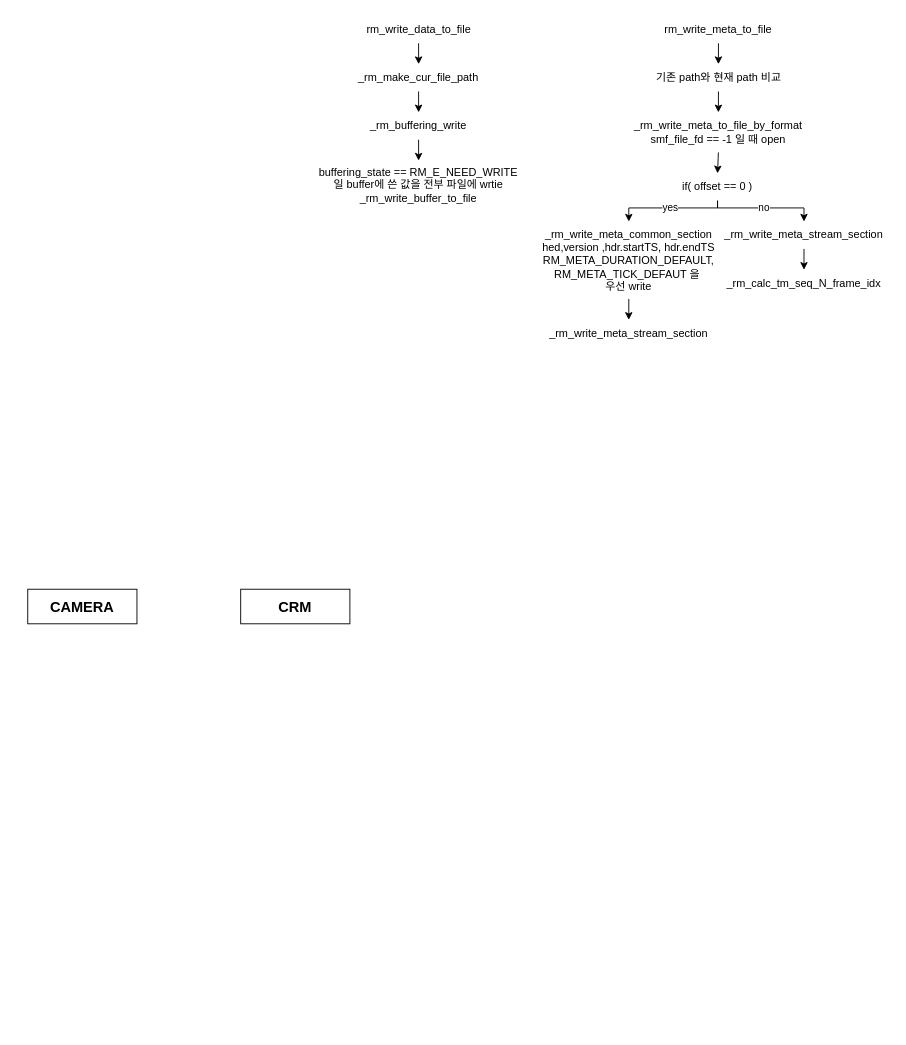
Above: 제목 없는 다이어그램.drawio in JaeHyeon774/NEWTIL (draw.io), before the change. Source tidied: cells renumbered, new cells numbered last; positions are measured from the earlier drawing's top-left corner, leaving out a move shared by most shapes. Both pictures are drawn from the tidied source at 91%, with x=0, y=0 at pixel (27, 15).
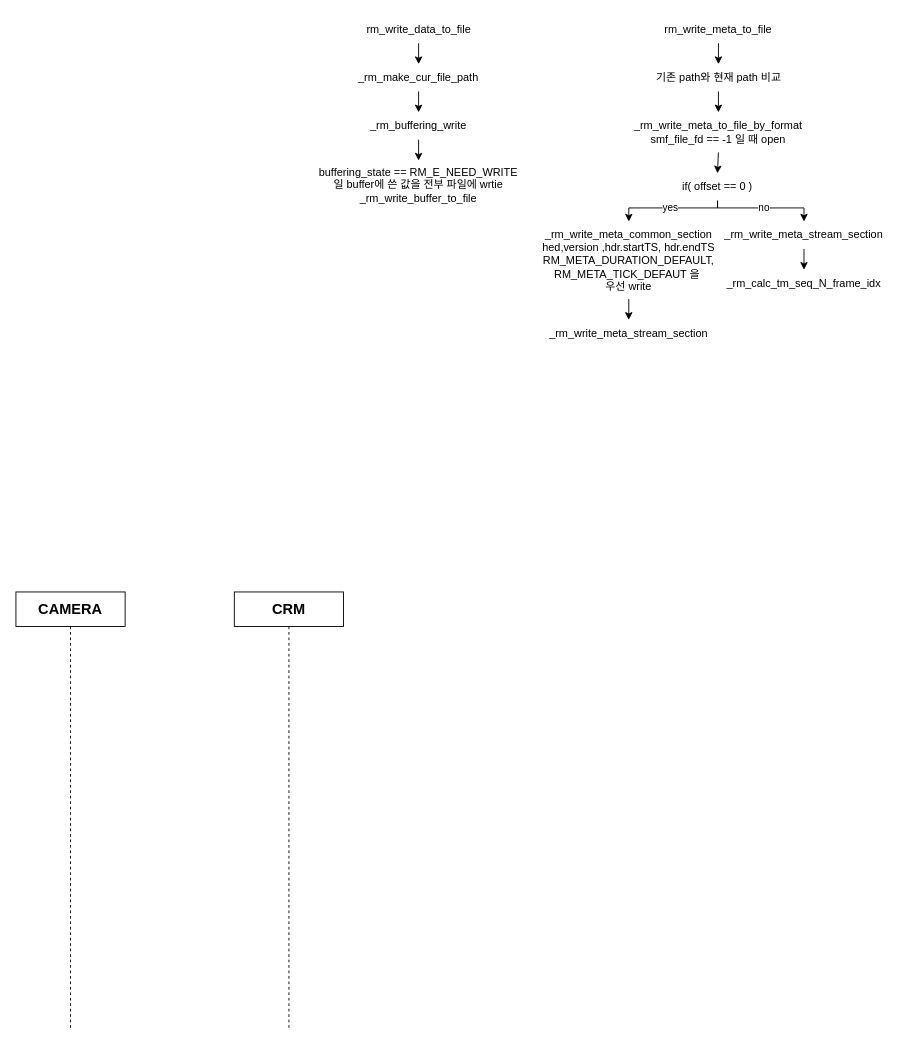
The same diagram, later.

Commit message:
제목 없는 다이어그램.drawio 업데이트

Change to the diagram source:
```diff
@@
     <mxCell id="24" value="&lt;font style=&quot;font-size: 16px;&quot;&gt;&lt;b&gt;CAMERA&lt;/b&gt;&lt;/font&gt;" style="rounded=0;whiteSpace=wrap;html=1;" parent="1" vertex="1">
-      <mxGeometry y="630" width="120" height="38" as="geometry" />
+      <mxGeometry x="-13" y="633" width="120" height="38" as="geometry" />
     </mxCell>
     <mxCell id="25" value="&lt;font style=&quot;font-size: 16px;&quot;&gt;&lt;b&gt;CRM&lt;br&gt;&lt;/b&gt;&lt;/font&gt;" style="rounded=0;whiteSpace=wrap;html=1;" parent="1" vertex="1">
-      <mxGeometry x="234" y="630" width="120" height="38" as="geometry" />
+      <mxGeometry x="227" y="633" width="120" height="38" as="geometry" />
     </mxCell>
+    <mxCell id="26" style="endArrow=none;dashed=1;html=1;rounded=0;entryX=0.5;entryY=1;entryDx=0;entryDy=0;" parent="1" edge="1" target="25">
+      <mxGeometry relative="1" as="geometry">
+        <mxPoint x="287" y="1112" as="sourcePoint" />
+      </mxGeometry>
+    </mxCell>
+    <mxCell id="27" style="endArrow=none;dashed=1;html=1;rounded=0;entryX=0.5;entryY=1;entryDx=0;entryDy=0;" parent="1" edge="1" target="24">
+      <mxGeometry relative="1" as="geometry">
+        <mxPoint x="47" y="1112" as="sourcePoint" />
+      </mxGeometry>
+    </mxCell>
```
